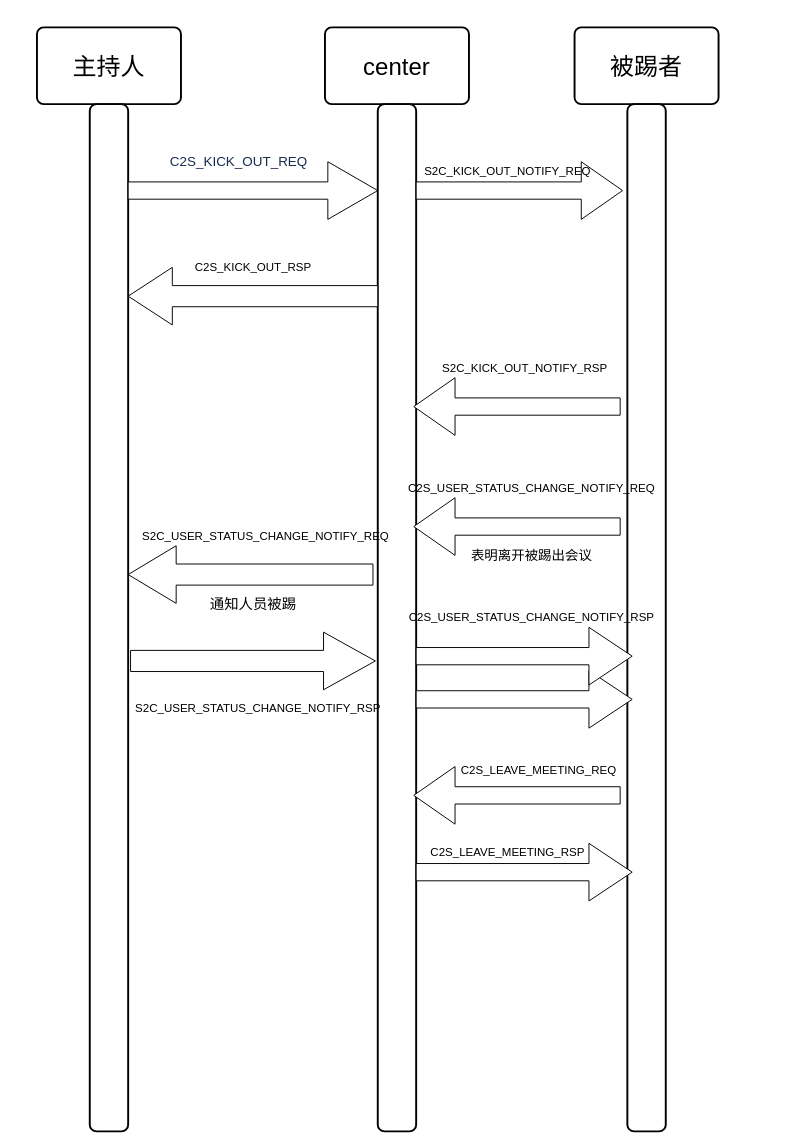
This is Untitled Diagram.drawio from f1mm/ece438, a draw.io file, before an edit. Source tidied: cells renumbered, new cells numbered last; positions are measured from the earlier drawing's top-left corner, leaving out a move shared by most shapes. Both pictures are drawn from the tidied source at 96%, with x=0, y=0 at pixel (36, 27).
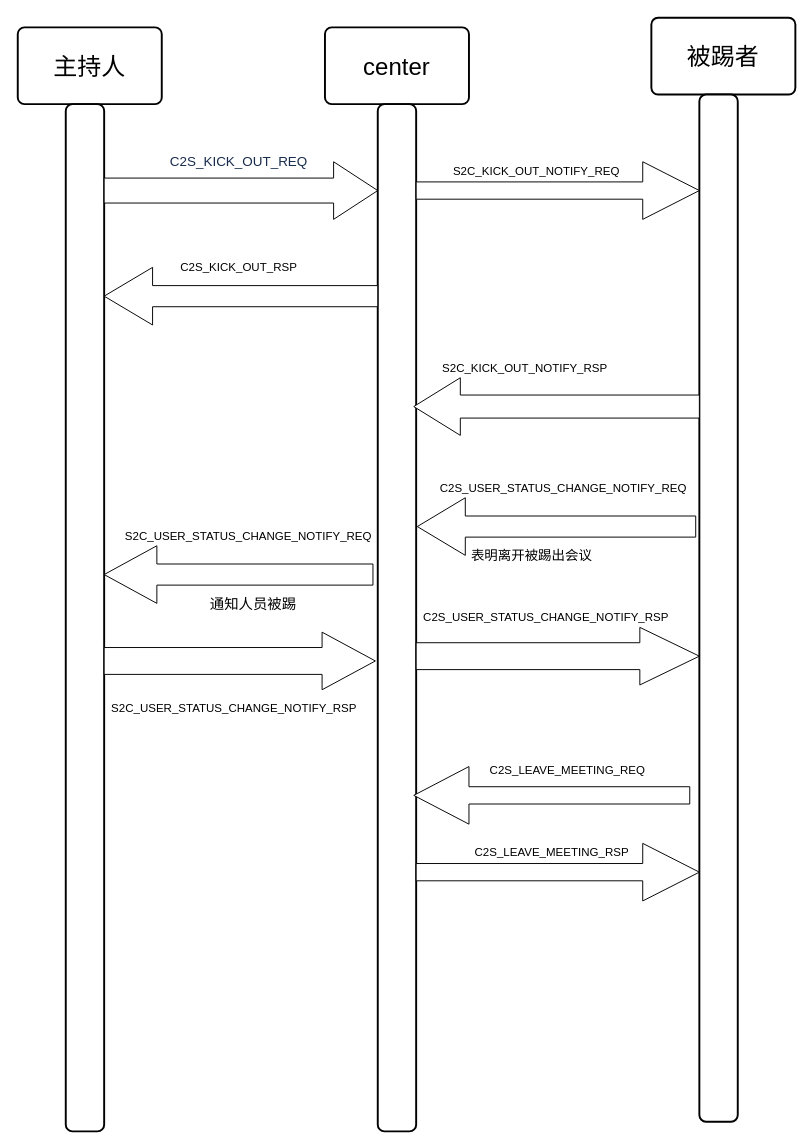
After the change.

What changed in the source:
```diff
@@
     <mxCell id="2" value="&lt;font style=&quot;font-size: 25px&quot;&gt;主持人&lt;/font&gt;" style="rounded=1;whiteSpace=wrap;html=1;absoluteArcSize=1;arcSize=14;strokeWidth=2;" parent="1" vertex="1">
-      <mxGeometry width="150" height="80" as="geometry" />
+      <mxGeometry x="-20" width="150" height="80" as="geometry" />
     </mxCell>
@@
     <mxCell id="4" value="&lt;font style=&quot;font-size: 25px&quot;&gt;被踢者&lt;/font&gt;" style="rounded=1;whiteSpace=wrap;html=1;absoluteArcSize=1;arcSize=14;strokeWidth=2;" parent="1" vertex="1">
-      <mxGeometry x="560" width="150" height="80" as="geometry" />
+      <mxGeometry x="640" y="-10" width="150" height="80" as="geometry" />
     </mxCell>
     <mxCell id="5" style="rounded=1;whiteSpace=wrap;html=1;absoluteArcSize=1;arcSize=14;strokeWidth=2;direction=south;" parent="1" vertex="1">
-      <mxGeometry x="55" y="80" width="40" height="1070" as="geometry" />
+      <mxGeometry x="30" y="80" width="40" height="1070" as="geometry" />
     </mxCell>
-    <mxCell id="6" style="shape=singleArrow;whiteSpace=wrap;html=1;" parent="1" vertex="1">
-      <mxGeometry x="95" y="140" width="260" height="60" as="geometry" />
+    <mxCell id="6" style="shape=singleArrow;whiteSpace=wrap;html=1;arrowWidth=0.43333333333333335;arrowSize=0.16140350877192983;" parent="1" vertex="1">
+      <mxGeometry x="70" y="140" width="285" height="60" as="geometry" />
     </mxCell>
@@
     <mxCell id="8" style="rounded=1;whiteSpace=wrap;html=1;absoluteArcSize=1;arcSize=14;strokeWidth=2;direction=south;" parent="1" vertex="1">
-      <mxGeometry x="615" y="80" width="40" height="1070" as="geometry" />
+      <mxGeometry x="690" y="70" width="40" height="1070" as="geometry" />
     </mxCell>
@@
     <mxCell id="10" style="shape=singleArrow;direction=west;whiteSpace=wrap;html=1;arrowWidth=0.36666666666666664;arrowSize=0.17692307692307693;" parent="1" vertex="1">
-      <mxGeometry x="95" y="250" width="260" height="60" as="geometry" />
+      <mxGeometry x="70" y="250" width="285" height="60" as="geometry" />
     </mxCell>
     <mxCell id="11" value="C2S_KICK_OUT_RSP" style="text;html=1;align=center;verticalAlign=middle;strokeColor=none;" parent="1" vertex="1">
-      <mxGeometry x="155" y="240" width="140" height="20" as="geometry" />
+      <mxGeometry x="140" y="240" width="140" height="20" as="geometry" />
     </mxCell>
     <mxCell id="12" style="shape=singleArrow;whiteSpace=wrap;html=1;" parent="1" vertex="1">
-      <mxGeometry x="395" y="140" width="215" height="60" as="geometry" />
+      <mxGeometry x="395" y="140" width="295" height="60" as="geometry" />
     </mxCell>
     <mxCell id="13" value="S2C_KICK_OUT_NOTIFY_REQ" style="text;html=1;align=center;verticalAlign=middle;strokeColor=none;" parent="1" vertex="1">
-      <mxGeometry x="395" y="140" width="190" height="20" as="geometry" />
+      <mxGeometry x="425" y="140" width="190" height="20" as="geometry" />
     </mxCell>
-    <mxCell id="14" style="shape=singleArrow;direction=west;whiteSpace=wrap;html=1;" parent="1" vertex="1">
-      <mxGeometry x="392.5" y="365" width="215" height="60" as="geometry" />
+    <mxCell id="14" style="shape=singleArrow;direction=west;whiteSpace=wrap;html=1;arrowWidth=0.4;arrowSize=0.16302521008403362;" parent="1" vertex="1">
+      <mxGeometry x="392.5" y="365" width="297.5" height="60" as="geometry" />
     </mxCell>
@@
-    <mxCell id="16" style="shape=singleArrow;direction=west;whiteSpace=wrap;html=1;" parent="1" vertex="1">
-      <mxGeometry x="392.5" y="490" width="215" height="60" as="geometry" />
+    <mxCell id="16" style="shape=singleArrow;direction=west;whiteSpace=wrap;html=1;arrowWidth=0.36666666666666664;arrowSize=0.1724137931034483;" parent="1" vertex="1">
+      <mxGeometry x="396.2" y="490" width="290" height="60" as="geometry" />
     </mxCell>
     <mxCell id="17" value="C2S_USER_STATUS_CHANGE_NOTIFY_REQ" style="text;html=1;align=center;verticalAlign=middle;strokeColor=none;" parent="1" vertex="1">
-      <mxGeometry x="380" y="470" width="270" height="20" as="geometry" />
+      <mxGeometry x="412.5" y="470" width="270" height="20" as="geometry" />
     </mxCell>
-    <mxCell id="18" style="shape=singleArrow;whiteSpace=wrap;html=1;" parent="1" vertex="1">
-      <mxGeometry x="395" y="670" width="225" height="60" as="geometry" />
-    </mxCell>
     <mxCell id="19" value="C2S_USER_STATUS_CHANGE_NOTIFY_RSP" style="text;html=1;align=center;verticalAlign=middle;strokeColor=none;" parent="1" vertex="1">
-      <mxGeometry x="380" y="605" width="270" height="20" as="geometry" />
+      <mxGeometry x="395" y="605" width="270" height="20" as="geometry" />
     </mxCell>
     <mxCell id="20" style="shape=singleArrow;direction=west;whiteSpace=wrap;html=1;arrowWidth=0.36666666666666664;arrowSize=0.19607843137254902;" parent="1" vertex="1">
-      <mxGeometry x="95" y="540" width="255" height="60" as="geometry" />
+      <mxGeometry x="70" y="540" width="280" height="60" as="geometry" />
     </mxCell>
     <mxCell id="21" value="S2C_USER_STATUS_CHANGE_NOTIFY_REQ" style="text;html=1;align=center;verticalAlign=middle;strokeColor=none;" parent="1" vertex="1">
-      <mxGeometry x="102.5" y="520" width="270" height="20" as="geometry" />
+      <mxGeometry x="85" y="520" width="270" height="20" as="geometry" />
     </mxCell>
@@
-    <mxCell id="23" style="shape=singleArrow;whiteSpace=wrap;html=1;arrowWidth=0.36666666666666664;arrowSize=0.21176470588235294;" parent="1" vertex="1">
-      <mxGeometry x="97.5" y="630" width="255" height="60" as="geometry" />
+    <mxCell id="23" style="shape=singleArrow;whiteSpace=wrap;html=1;arrowWidth=0.4666666666666667;arrowSize=0.19646017699115045;" parent="1" vertex="1">
+      <mxGeometry x="70" y="630" width="282.5" height="60" as="geometry" />
     </mxCell>
     <mxCell id="24" value="S2C_USER_STATUS_CHANGE_NOTIFY_RSP" style="text;html=1;align=center;verticalAlign=middle;strokeColor=none;" parent="1" vertex="1">
-      <mxGeometry x="95" y="700" width="270" height="20" as="geometry" />
+      <mxGeometry x="70" y="700" width="270" height="20" as="geometry" />
     </mxCell>
@@
     <mxCell id="26" value="&lt;div style=&quot;text-align: center&quot;&gt;&lt;span&gt;&lt;font face=&quot;helvetica&quot;&gt;C2S_LEAVE_MEETING_REQ&lt;/font&gt;&lt;/span&gt;&lt;/div&gt;" style="text;whiteSpace=wrap;html=1;" parent="1" vertex="1">
-      <mxGeometry x="440" y="760" width="280" height="30" as="geometry" />
+      <mxGeometry x="470" y="760" width="280" height="30" as="geometry" />
     </mxCell>
     <mxCell id="27" style="shape=singleArrow;direction=west;whiteSpace=wrap;html=1;" parent="1" vertex="1">
-      <mxGeometry x="392.5" y="770" width="215" height="60" as="geometry" />
+      <mxGeometry x="392.5" y="770" width="287.5" height="60" as="geometry" />
     </mxCell>
-    <mxCell id="28" style="shape=singleArrow;whiteSpace=wrap;html=1;" parent="1" vertex="1">
-      <mxGeometry x="395" y="625" width="225" height="60" as="geometry" />
+    <mxCell id="28" style="shape=singleArrow;whiteSpace=wrap;html=1;arrowWidth=0.4666666666666667;arrowSize=0.21016949152542372;" parent="1" vertex="1">
+      <mxGeometry x="395" y="625" width="295" height="60" as="geometry" />
     </mxCell>
     <mxCell id="29" style="shape=singleArrow;whiteSpace=wrap;html=1;" parent="1" vertex="1">
-      <mxGeometry x="395" y="850" width="225" height="60" as="geometry" />
+      <mxGeometry x="395" y="850" width="295" height="60" as="geometry" />
     </mxCell>
     <mxCell id="30" value="C2S_LEAVE_MEETING_RSP" style="text;html=1;align=center;verticalAlign=middle;strokeColor=none;" parent="1" vertex="1">
-      <mxGeometry x="400" y="850" width="180" height="20" as="geometry" />
+      <mxGeometry x="446.2" y="850" width="180" height="20" as="geometry" />
     </mxCell>
```
